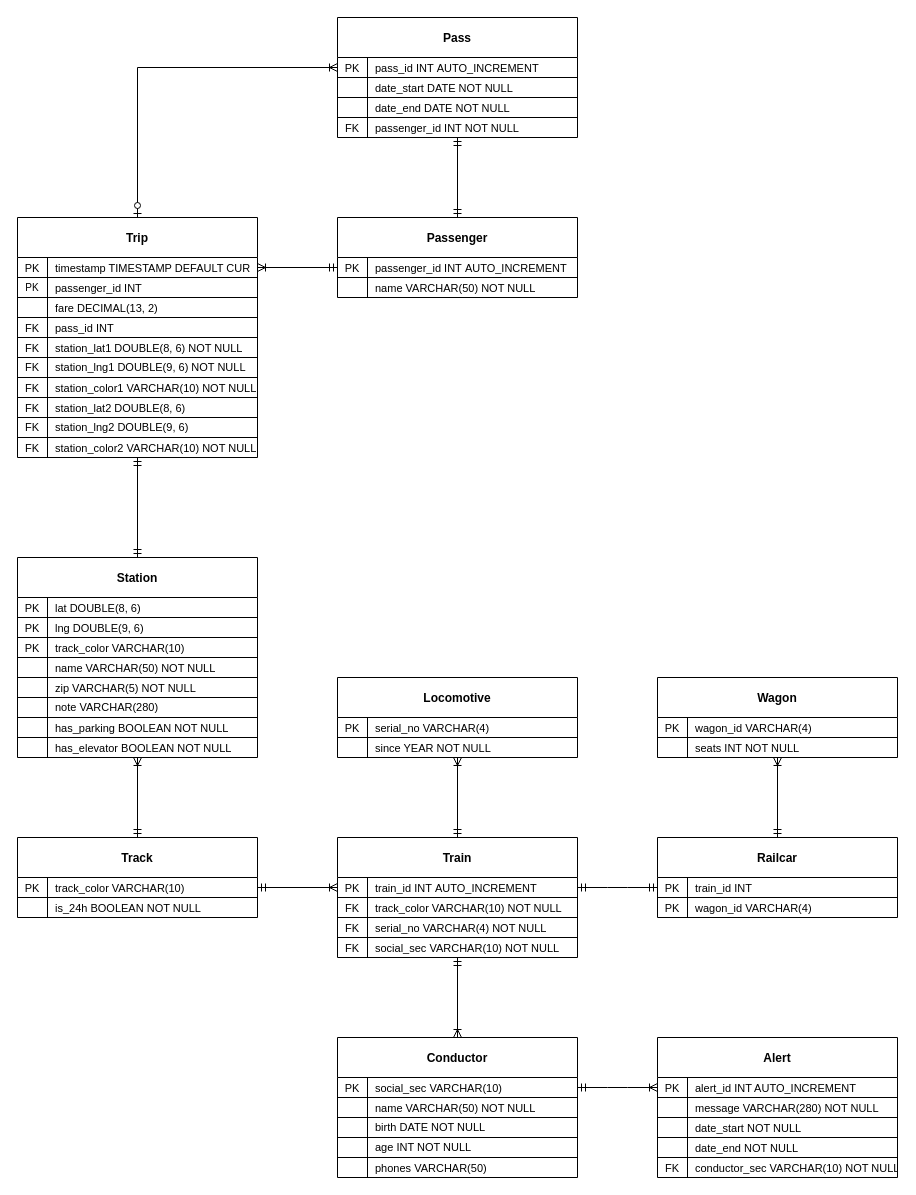
hanggrian/IIT-CS425 keeps this draw.io diagram as cta/uml.drawio. Above is the earlier version. Source tidied: cells renumbered, new cells numbered last; positions are measured from the earlier drawing's top-left corner, leaving out a move shared by most shapes. Both pictures are drawn from the tidied source at 100%, with x=0, y=0 at pixel (17, 17).
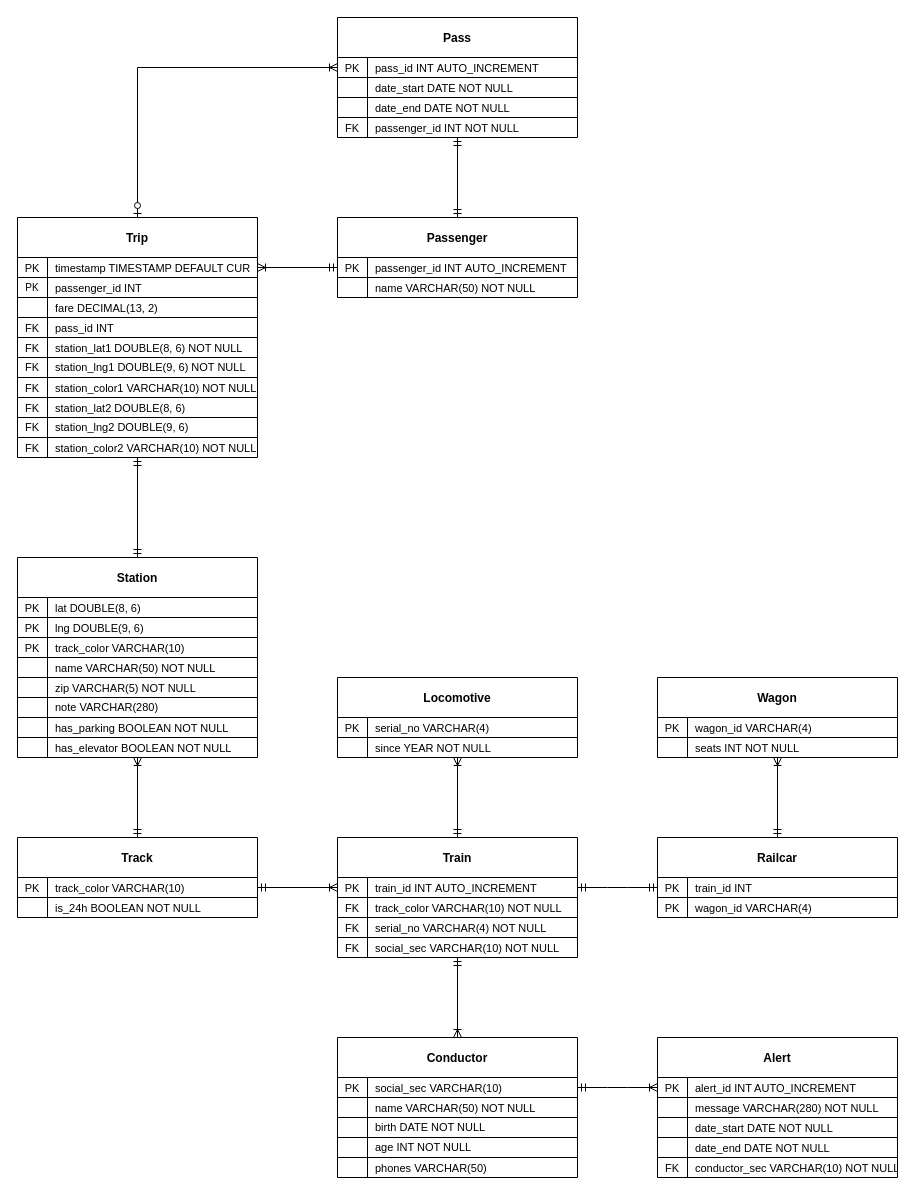
The same page after the edit.

Unchanged cells that the change refers to:
```xml
<mxCell id="41" style="shape=tableRow;horizontal=0;startSize=0;swimlaneHead=0;swimlaneBody=0;fillColor=none;top=0;left=0;right=0;bottom=1;" parent="34" vertex="1">
  <mxGeometry y="80" width="240" height="20" as="geometry" />
</mxCell>
<mxCell id="44" style="shape=tableRow;horizontal=0;startSize=0;swimlaneHead=0;swimlaneBody=0;fillColor=none;top=0;left=0;right=0;bottom=1;fontSize=11;" parent="34" vertex="1">
  <mxGeometry y="100" width="240" height="20" as="geometry" />
</mxCell>
```

What changed in the source:
```diff
@@
-    <mxCell id="43" value="date_start NOT NULL" style="shape=partialRectangle;fillColor=none;top=0;left=0;bottom=0;right=0;align=left;spacingLeft=6;fontStyle=0;overflow=hidden;fontSize=11;" parent="41" vertex="1">
+    <mxCell id="43" value="date_start DATE NOT NULL" style="shape=partialRectangle;fillColor=none;top=0;left=0;bottom=0;right=0;align=left;spacingLeft=6;fontStyle=0;overflow=hidden;fontSize=11;" parent="41" vertex="1">
       <mxGeometry x="30" width="210" height="20" as="geometry" />
     </mxCell>
@@
-    <mxCell id="46" value="date_end NOT NULL" style="shape=partialRectangle;fillColor=none;top=0;left=0;bottom=0;right=0;align=left;spacingLeft=6;fontStyle=0;overflow=hidden;fontSize=11;" parent="44" vertex="1">
+    <mxCell id="46" value="date_end DATE NOT NULL" style="shape=partialRectangle;fillColor=none;top=0;left=0;bottom=0;right=0;align=left;spacingLeft=6;fontStyle=0;overflow=hidden;fontSize=11;" parent="44" vertex="1">
       <mxGeometry x="30" width="210" height="20" as="geometry" />
     </mxCell>
```
